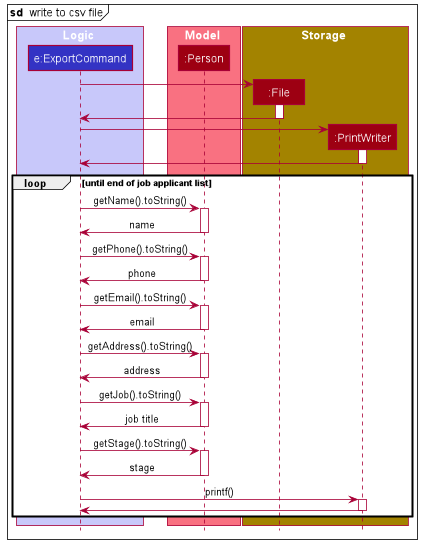
The PlantUML diagram docs/images/WriteToFileSequenceDiagram.png in rcjj98/tp, before a commit.
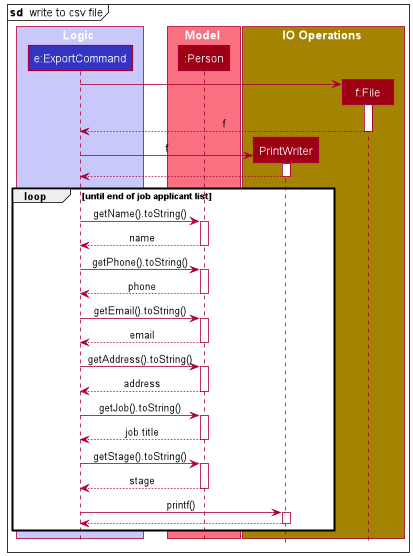
The same diagram one commit later.

What changed in the source:
```diff
@@ -11,58 +11,58 @@
 participant ":Person" as Person MODEL_COLOR
 end box
 
-box Storage STORAGE_COLOR
-participant ":File" as File MODEL_COLOR
-participant ":PrintWriter" as PrintWriter MODEL_COLOR
+box IO Operations STORAGE_COLOR
+participant "PrintWriter" as PrintWriter MODEL_COLOR
+participant "f:File" as File MODEL_COLOR
 end box
 
 
 create File
 ExportCommand -> File
 activate File
-File -> ExportCommand
+File --> ExportCommand : f
 deactivate File
 
 create PrintWriter
-ExportCommand -> PrintWriter
+ExportCommand -> PrintWriter : f
 activate PrintWriter
-PrintWriter -> ExportCommand
+PrintWriter --> ExportCommand
 deactivate PrintWriter
 
 loop until end of job applicant list
     ExportCommand -> Person : getName().toString()
     activate Person
-    Person -> ExportCommand : name
+    Person --> ExportCommand : name
     deactivate Person
 
     ExportCommand -> Person : getPhone().toString()
     activate Person
-    Person -> ExportCommand : phone
+    Person --> ExportCommand : phone
     deactivate Person
 
     ExportCommand -> Person : getEmail().toString()
     activate Person
-    Person -> ExportCommand : email
+    Person --> ExportCommand : email
     deactivate Person
 
     ExportCommand -> Person : getAddress().toString()
     activate Person
-    Person -> ExportCommand : address
+    Person --> ExportCommand : address
     deactivate Person
 
     ExportCommand -> Person : getJob().toString()
     activate Person
-    Person -> ExportCommand : job title
+    Person --> ExportCommand : job title
     deactivate Person
 
     ExportCommand -> Person : getStage().toString()
     activate Person
-    Person -> ExportCommand : stage
+    Person --> ExportCommand : stage
     deactivate Person
 
     ExportCommand -> PrintWriter : printf()
     activate PrintWriter
-    PrintWriter -> ExportCommand
+    PrintWriter --> ExportCommand
     deactivate PrintWriter
 end
 
```
